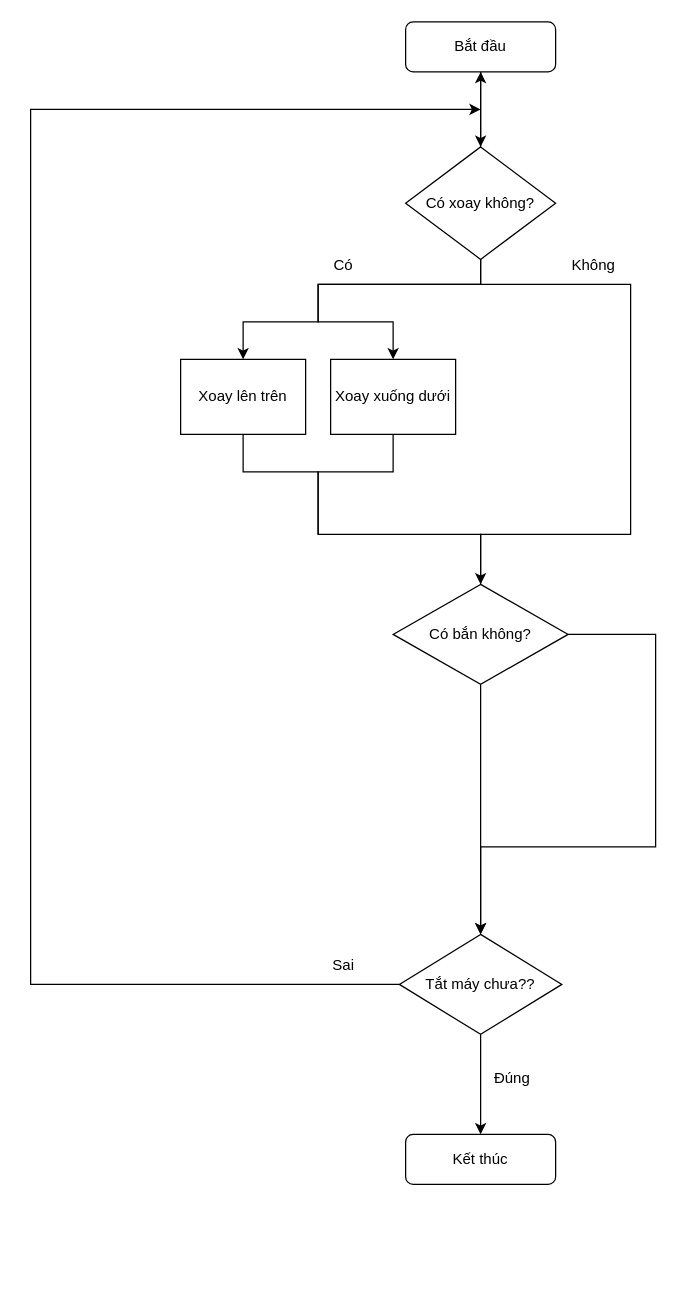
Before: Shooting.drawio in Binhbong3/TREK, a draw.io diagram. Source tidied: cells renumbered, new cells numbered last; positions are measured from the earlier drawing's top-left corner, leaving out a move shared by most shapes. Both pictures are drawn from the tidied source at 125%, with x=0, y=0 at pixel (30, 21).
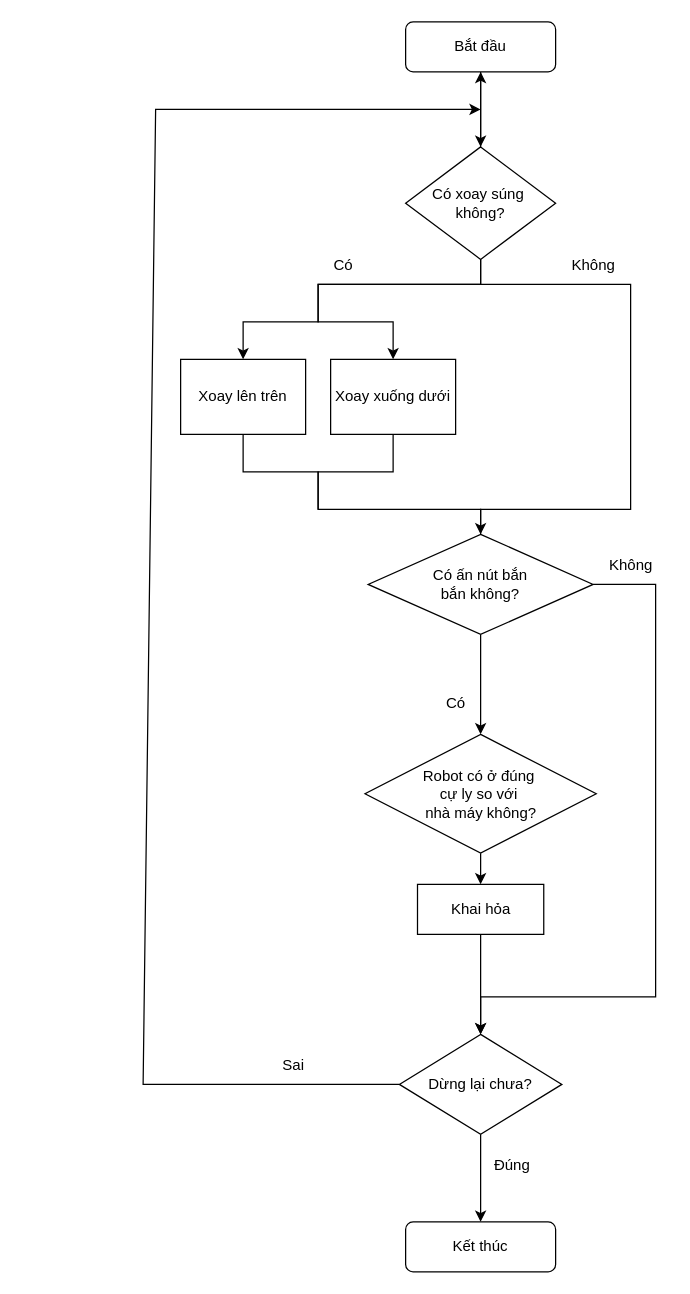
The same page after the edit.

Unchanged cells that the change refers to:
```xml
<mxCell id="16" value="Xoay lên trên" style="rounded=0;whiteSpace=wrap;html=1;" parent="1" vertex="1">
  <mxGeometry x="120" y="270" width="100" height="60" as="geometry" />
</mxCell>
<mxCell id="20" value="Xoay xuống dưới" style="rounded=0;whiteSpace=wrap;html=1;" parent="1" vertex="1">
  <mxGeometry x="240" y="270" width="100" height="60" as="geometry" />
</mxCell>
```

The edit, as a diff of the source:
```diff
@@
     <mxCell id="3" value="Kết thúc" style="rounded=1;whiteSpace=wrap;html=1;fontSize=12;glass=0;strokeWidth=1;shadow=0;" parent="1" vertex="1">
-      <mxGeometry x="300" y="890" width="120" height="40" as="geometry" />
+      <mxGeometry x="300" y="960" width="120" height="40" as="geometry" />
     </mxCell>
@@
-    <mxCell id="5" value="Có xoay không?" style="rhombus;whiteSpace=wrap;html=1;verticalAlign=middle;" parent="1" vertex="1">
+    <mxCell id="5" value="Có xoay súng&amp;nbsp;&lt;div&gt;không?&lt;/div&gt;" style="rhombus;whiteSpace=wrap;html=1;verticalAlign=middle;" parent="1" vertex="1">
       <mxGeometry x="300" y="100" width="120" height="90" as="geometry" />
     </mxCell>
@@
-    <mxCell id="7" style="endArrow=classic;html=1;rounded=0;exitX=0.5;exitY=1;exitDx=0;exitDy=0;entryX=0.5;entryY=0;entryDx=0;entryDy=0;" parent="1" edge="1" source="23" target="9">
-      <mxGeometry relative="1" as="geometry">
-        <Array as="points">
-          <mxPoint x="360" y="660" />
-        </Array>
-      </mxGeometry>
+    <mxCell id="7" style="endArrow=classic;html=1;rounded=0;exitX=0.5;exitY=1;exitDx=0;exitDy=0;entryX=0.5;entryY=0;entryDx=0;entryDy=0;" parent="1" edge="1" source="23" target="26">
+      <mxGeometry relative="1" as="geometry" />
     </mxCell>
-    <mxCell id="8" style="endArrow=classic;html=1;rounded=0;exitX=1;exitY=0.5;exitDx=0;exitDy=0;entryX=0.5;entryY=0;entryDx=0;entryDy=0;" parent="1" edge="1" source="23" target="9">
+    <mxCell id="8" style="endArrow=classic;html=1;rounded=0;exitX=1;exitY=0.5;exitDx=0;exitDy=0;" parent="1" edge="1" source="23">
       <mxGeometry relative="1" as="geometry">
+        <mxPoint x="360" y="810" as="targetPoint" />
         <Array as="points">
-          <mxPoint x="500" y="490" />
-          <mxPoint x="500" y="660" />
-          <mxPoint x="360" y="660" />
+          <mxPoint x="500" y="450" />
+          <mxPoint x="500" y="780" />
+          <mxPoint x="360" y="780" />
         </Array>
       </mxGeometry>
     </mxCell>
-    <mxCell id="9" value="Tắt máy chưa??" style="rhombus;whiteSpace=wrap;html=1;" parent="1" vertex="1">
-      <mxGeometry x="295" y="730" width="130" height="80" as="geometry" />
+    <mxCell id="9" value="Dừng lại chưa?" style="rhombus;whiteSpace=wrap;html=1;" parent="1" vertex="1">
+      <mxGeometry x="295" y="810" width="130" height="80" as="geometry" />
     </mxCell>
@@
     <mxCell id="11" value="Đúng" style="text;html=1;align=center;verticalAlign=middle;strokeColor=none;fillColor=none;" parent="1" vertex="1">
-      <mxGeometry x="360" y="830" width="50" height="30" as="geometry" />
+      <mxGeometry x="360" y="900" width="50" height="30" as="geometry" />
     </mxCell>
     <mxCell id="12" style="endArrow=classic;html=1;rounded=0;exitX=0;exitY=0.5;exitDx=0;exitDy=0;" parent="1" edge="1" source="9">
       <mxGeometry relative="1" as="geometry">
         <mxPoint x="360" y="70" as="targetPoint" />
         <Array as="points">
-          <mxPoint y="770" />
-          <mxPoint y="70" />
+          <mxPoint x="90" y="850" />
+          <mxPoint x="100" y="70" />
         </Array>
       </mxGeometry>
     </mxCell>
     <mxCell id="13" value="Sai" style="text;html=1;align=center;verticalAlign=middle;strokeColor=none;fillColor=none;" parent="1" vertex="1">
-      <mxGeometry x="230" y="740" width="40" height="30" as="geometry" />
+      <mxGeometry x="190" y="820" width="40" height="30" as="geometry" />
     </mxCell>
@@
     <mxCell id="15" style="endArrow=classic;html=1;rounded=0;exitX=0.5;exitY=1;exitDx=0;exitDy=0;entryX=0.5;entryY=0;entryDx=0;entryDy=0;" parent="1" edge="1" source="5" target="23">
       <mxGeometry relative="1" as="geometry">
         <Array as="points">
           <mxPoint x="360" y="210" />
           <mxPoint x="480" y="210" />
-          <mxPoint x="480" y="410" />
-          <mxPoint x="360" y="410" />
+          <mxPoint x="480" y="390" />
+          <mxPoint x="360" y="390" />
         </Array>
       </mxGeometry>
     </mxCell>
@@
     <mxCell id="21" style="endArrow=none;html=1;rounded=0;entryX=0.5;entryY=1;entryDx=0;entryDy=0;" parent="1" edge="1" target="16">
       <mxGeometry relative="1" as="geometry">
         <mxPoint x="360" y="460" as="sourcePoint" />
         <Array as="points">
-          <mxPoint x="360" y="410" />
-          <mxPoint x="230" y="410" />
+          <mxPoint x="360" y="390" />
+          <mxPoint x="230" y="390" />
           <mxPoint x="230" y="360" />
           <mxPoint x="170" y="360" />
         </Array>
       </mxGeometry>
     </mxCell>
     <mxCell id="22" style="endArrow=none;html=1;rounded=0;entryX=0.5;entryY=1;entryDx=0;entryDy=0;" parent="1" edge="1" target="20">
       <mxGeometry relative="1" as="geometry">
-        <mxPoint x="230" y="410" as="sourcePoint" />
+        <mxPoint x="230" y="390" as="sourcePoint" />
         <Array as="points">
           <mxPoint x="230" y="360" />
           <mxPoint x="290" y="360" />
         </Array>
       </mxGeometry>
     </mxCell>
-    <mxCell id="23" value="Có bắn không?" style="rhombus;whiteSpace=wrap;html=1;" parent="1" vertex="1">
-      <mxGeometry x="290" y="450" width="140" height="80" as="geometry" />
+    <mxCell id="23" value="Có ấn nút bắn&lt;div&gt;bắn không?&lt;/div&gt;" style="rhombus;whiteSpace=wrap;html=1;" parent="1" vertex="1">
+      <mxGeometry x="270" y="410" width="180" height="80" as="geometry" />
     </mxCell>
+    <mxCell id="24" value="Không" style="text;html=1;align=center;verticalAlign=middle;strokeColor=none;fillColor=none;" parent="1" vertex="1">
+      <mxGeometry x="450" y="420" width="60" height="30" as="geometry" />
+    </mxCell>
+    <mxCell id="25" value="Có" style="text;html=1;align=center;verticalAlign=middle;strokeColor=none;fillColor=none;" parent="1" vertex="1">
+      <mxGeometry x="320" y="530" width="40" height="30" as="geometry" />
+    </mxCell>
+    <mxCell id="26" value="Robot có ở đúng&amp;nbsp;&lt;div&gt;cự ly so với&amp;nbsp;&lt;/div&gt;&lt;div&gt;nhà máy không?&lt;/div&gt;" style="rhombus;whiteSpace=wrap;html=1;" parent="1" vertex="1">
+      <mxGeometry x="267.5" y="570" width="185" height="95" as="geometry" />
+    </mxCell>
+    <mxCell id="27" style="endArrow=classic;html=1;rounded=0;exitX=0.5;exitY=1;exitDx=0;exitDy=0;" parent="1" edge="1" source="26">
+      <mxGeometry relative="1" as="geometry">
+        <mxPoint x="360" y="690" as="targetPoint" />
+      </mxGeometry>
+    </mxCell>
+    <mxCell id="28" value="Khai hỏa" style="rounded=0;whiteSpace=wrap;html=1;" parent="1" vertex="1">
+      <mxGeometry x="309.5" y="690" width="101" height="40" as="geometry" />
+    </mxCell>
+    <mxCell id="29" style="endArrow=classic;html=1;rounded=0;exitX=0.5;exitY=1;exitDx=0;exitDy=0;entryX=0.5;entryY=0;entryDx=0;entryDy=0;" parent="1" edge="1" source="28" target="9">
+      <mxGeometry relative="1" as="geometry" />
+    </mxCell>
```
